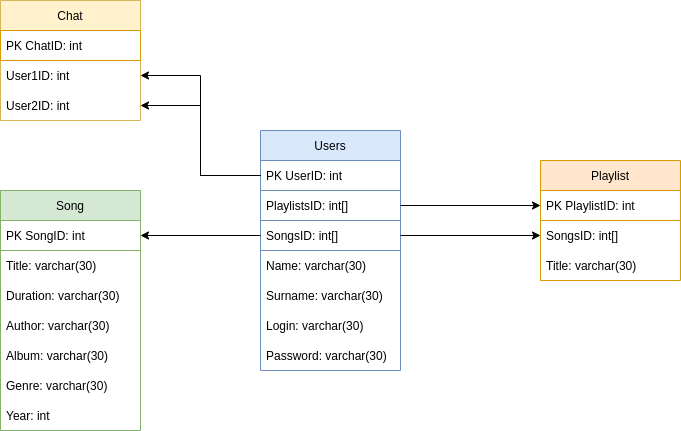
This is DB/schema.png from FRODo-Team/MusicShare-backend, a draw.io export, as it was before one commit. Source tidied: cells renumbered, new cells last; positions are measured from the earlier drawing's top-left corner, leaving out a move shared by most shapes.
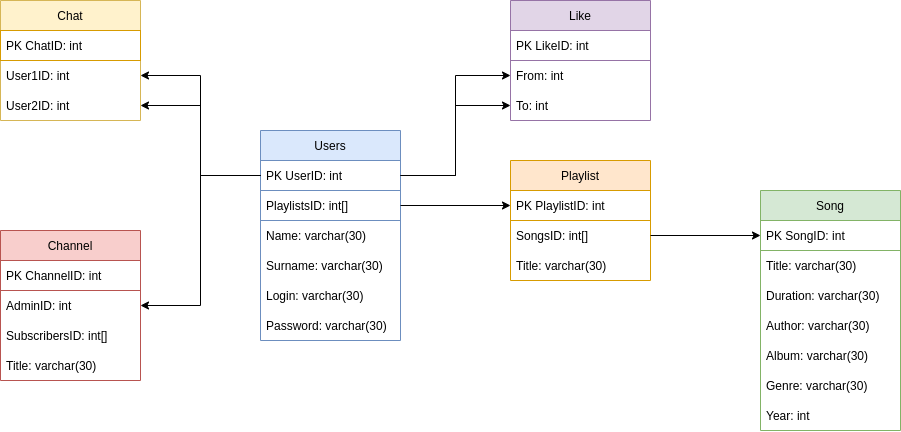
After the commit.

Diff of the diagram source:
```diff
@@ -3,7 +3,7 @@
     <mxCell id="0" />
     <mxCell id="1" parent="0" />
     <mxCell id="2" value="Users" style="swimlane;fontStyle=0;horizontal=1;startSize=30;fillColor=#dae8fc;strokeColor=#6c8ebf;" parent="1" vertex="1">
-      <mxGeometry x="260" y="130" width="140" height="240" as="geometry" />
+      <mxGeometry x="260" y="130" width="140" height="210" as="geometry" />
     </mxCell>
     <mxCell id="3" value="PK UserID: int" style="text;strokeColor=#6c8ebf;fillColor=none;align=left;verticalAlign=middle;spacingLeft=4;spacingRight=4;overflow=hidden;points=[[0,0.5],[1,0.5]];portConstraint=eastwest;" parent="2" vertex="1">
       <mxGeometry y="30" width="140" height="30" as="geometry" />
@@ -11,83 +11,113 @@
     <mxCell id="4" value="PlaylistsID: int[]" style="text;strokeColor=#6c8ebf;fillColor=none;align=left;verticalAlign=middle;spacingLeft=4;spacingRight=4;overflow=hidden;points=[[0,0.5],[1,0.5]];portConstraint=eastwest;" parent="2" vertex="1">
       <mxGeometry y="60" width="140" height="30" as="geometry" />
     </mxCell>
-    <mxCell id="5" value="SongsID: int[]" style="text;strokeColor=#6c8ebf;fillColor=none;align=left;verticalAlign=middle;spacingLeft=4;spacingRight=4;overflow=hidden;points=[[0,0.5],[1,0.5]];portConstraint=eastwest;" parent="2" vertex="1">
+    <mxCell id="5" value="Name: varchar(30)" style="text;strokeColor=none;fillColor=none;align=left;verticalAlign=middle;spacingLeft=4;spacingRight=4;overflow=hidden;points=[[0,0.5],[1,0.5]];portConstraint=eastwest;" parent="2" vertex="1">
       <mxGeometry y="90" width="140" height="30" as="geometry" />
     </mxCell>
-    <mxCell id="6" value="Name: varchar(30)" style="text;strokeColor=none;fillColor=none;align=left;verticalAlign=middle;spacingLeft=4;spacingRight=4;overflow=hidden;" parent="2" vertex="1">
+    <mxCell id="6" value="Surname: varchar(30)" style="text;strokeColor=none;fillColor=none;align=left;verticalAlign=middle;spacingLeft=4;spacingRight=4;overflow=hidden;" parent="2" vertex="1">
       <mxGeometry y="120" width="140" height="30" as="geometry" />
     </mxCell>
-    <mxCell id="7" value="Surname: varchar(30)" style="text;strokeColor=none;fillColor=none;align=left;verticalAlign=middle;spacingLeft=4;spacingRight=4;overflow=hidden;" parent="2" vertex="1">
+    <mxCell id="7" value="Login: varchar(30)" style="text;strokeColor=none;fillColor=none;align=left;verticalAlign=middle;spacingLeft=4;spacingRight=4;overflow=hidden;" parent="2" vertex="1">
       <mxGeometry y="150" width="140" height="30" as="geometry" />
     </mxCell>
-    <mxCell id="8" value="Login: varchar(30)" style="text;strokeColor=none;fillColor=none;align=left;verticalAlign=middle;spacingLeft=4;spacingRight=4;overflow=hidden;" parent="2" vertex="1">
+    <mxCell id="8" value="Password: varchar(30)" style="text;strokeColor=none;fillColor=none;align=left;verticalAlign=middle;spacingLeft=4;spacingRight=4;overflow=hidden;" parent="2" vertex="1">
       <mxGeometry y="180" width="140" height="30" as="geometry" />
     </mxCell>
-    <mxCell id="9" value="Password: varchar(30)" style="text;strokeColor=none;fillColor=none;align=left;verticalAlign=middle;spacingLeft=4;spacingRight=4;overflow=hidden;" parent="2" vertex="1">
-      <mxGeometry y="210" width="140" height="30" as="geometry" />
+    <mxCell id="9" value="Song" style="swimlane;fontStyle=0;horizontal=1;startSize=30;fillColor=#d5e8d4;strokeColor=#82b366;" parent="1" vertex="1">
+      <mxGeometry x="760" y="190" width="140" height="240" as="geometry" />
     </mxCell>
-    <mxCell id="10" value="Song" style="swimlane;fontStyle=0;horizontal=1;startSize=30;fillColor=#d5e8d4;strokeColor=#82b366;" parent="1" vertex="1">
-      <mxGeometry y="190" width="140" height="240" as="geometry" />
+    <mxCell id="10" value="PK SongID: int" style="text;strokeColor=#82b366;fillColor=none;align=left;verticalAlign=middle;spacingLeft=4;spacingRight=4;overflow=hidden;points=[[0,0.5],[1,0.5]];portConstraint=eastwest;" parent="9" vertex="1">
+      <mxGeometry y="30" width="140" height="30" as="geometry" />
     </mxCell>
-    <mxCell id="11" value="PK SongID: int" style="text;strokeColor=#82b366;fillColor=none;align=left;verticalAlign=middle;spacingLeft=4;spacingRight=4;overflow=hidden;points=[[0,0.5],[1,0.5]];portConstraint=eastwest;" parent="10" vertex="1">
-      <mxGeometry y="30" width="140" height="30" as="geometry" />
+    <mxCell id="11" value="Title: varchar(30)" style="text;strokeColor=none;fillColor=none;align=left;verticalAlign=middle;spacingLeft=4;spacingRight=4;overflow=hidden;points=[[0,0.5],[1,0.5]];portConstraint=eastwest;" parent="9" vertex="1">
+      <mxGeometry y="60" width="140" height="30" as="geometry" />
     </mxCell>
-    <mxCell id="12" value="Title: varchar(30)" style="text;strokeColor=none;fillColor=none;align=left;verticalAlign=middle;spacingLeft=4;spacingRight=4;overflow=hidden;" parent="10" vertex="1">
-      <mxGeometry y="60" width="140" height="30" as="geometry" />
+    <mxCell id="12" value="Duration: varchar(30)" style="text;strokeColor=none;fillColor=none;align=left;verticalAlign=middle;spacingLeft=4;spacingRight=4;overflow=hidden;" parent="9" vertex="1">
+      <mxGeometry y="90" width="140" height="30" as="geometry" />
     </mxCell>
-    <mxCell id="13" value="Duration: varchar(30)" style="text;strokeColor=none;fillColor=none;align=left;verticalAlign=middle;spacingLeft=4;spacingRight=4;overflow=hidden;" parent="10" vertex="1">
-      <mxGeometry y="90" width="140" height="30" as="geometry" />
+    <mxCell id="13" value="Author: varchar(30)" style="text;strokeColor=none;fillColor=none;align=left;verticalAlign=middle;spacingLeft=4;spacingRight=4;overflow=hidden;" parent="9" vertex="1">
+      <mxGeometry y="120" width="140" height="30" as="geometry" />
     </mxCell>
-    <mxCell id="14" value="Author: varchar(30)" style="text;strokeColor=none;fillColor=none;align=left;verticalAlign=middle;spacingLeft=4;spacingRight=4;overflow=hidden;" parent="10" vertex="1">
-      <mxGeometry y="120" width="140" height="30" as="geometry" />
+    <mxCell id="14" value="Album: varchar(30)" style="text;strokeColor=none;fillColor=none;align=left;verticalAlign=middle;spacingLeft=4;spacingRight=4;overflow=hidden;" parent="9" vertex="1">
+      <mxGeometry y="150" width="140" height="30" as="geometry" />
     </mxCell>
-    <mxCell id="15" value="Album: varchar(30)" style="text;strokeColor=none;fillColor=none;align=left;verticalAlign=middle;spacingLeft=4;spacingRight=4;overflow=hidden;" parent="10" vertex="1">
-      <mxGeometry y="150" width="140" height="30" as="geometry" />
+    <mxCell id="15" value="Genre: varchar(30)" style="text;strokeColor=none;fillColor=none;align=left;verticalAlign=middle;spacingLeft=4;spacingRight=4;overflow=hidden;" parent="9" vertex="1">
+      <mxGeometry y="180" width="140" height="30" as="geometry" />
     </mxCell>
-    <mxCell id="16" value="Genre: varchar(30)" style="text;strokeColor=none;fillColor=none;align=left;verticalAlign=middle;spacingLeft=4;spacingRight=4;overflow=hidden;" parent="10" vertex="1">
-      <mxGeometry y="180" width="140" height="30" as="geometry" />
+    <mxCell id="16" value="Year: int" style="text;strokeColor=none;fillColor=none;align=left;verticalAlign=middle;spacingLeft=4;spacingRight=4;overflow=hidden;" parent="9" vertex="1">
+      <mxGeometry y="210" width="140" height="30" as="geometry" />
     </mxCell>
-    <mxCell id="17" value="Year: int" style="text;strokeColor=none;fillColor=none;align=left;verticalAlign=middle;spacingLeft=4;spacingRight=4;overflow=hidden;" parent="10" vertex="1">
-      <mxGeometry y="210" width="140" height="30" as="geometry" />
+    <mxCell id="17" value="Playlist" style="swimlane;fontStyle=0;horizontal=1;startSize=30;strokeColor=#d79b00;fillColor=#ffe6cc;" parent="1" vertex="1">
+      <mxGeometry x="510" y="160" width="140" height="120" as="geometry" />
     </mxCell>
-    <mxCell id="18" value="Playlist" style="swimlane;fontStyle=0;horizontal=1;startSize=30;strokeColor=#d79b00;fillColor=#ffe6cc;" parent="1" vertex="1">
-      <mxGeometry x="540" y="160" width="140" height="120" as="geometry" />
+    <mxCell id="18" value="PK PlaylistID: int" style="text;strokeColor=#d79b00;fillColor=none;align=left;verticalAlign=middle;spacingLeft=4;spacingRight=4;overflow=hidden;points=[[0,0.5],[1,0.5]];portConstraint=eastwest;" parent="17" vertex="1">
+      <mxGeometry y="30" width="140" height="30" as="geometry" />
     </mxCell>
-    <mxCell id="19" value="PK PlaylistID: int" style="text;strokeColor=#d79b00;fillColor=none;align=left;verticalAlign=middle;spacingLeft=4;spacingRight=4;overflow=hidden;points=[[0,0.5],[1,0.5]];portConstraint=eastwest;" parent="18" vertex="1">
-      <mxGeometry y="30" width="140" height="30" as="geometry" />
+    <mxCell id="19" value="SongsID: int[]" style="text;strokeColor=none;fillColor=none;align=left;verticalAlign=middle;spacingLeft=4;spacingRight=4;overflow=hidden;points=[[0,0.5],[1,0.5]];portConstraint=eastwest;" parent="17" vertex="1">
+      <mxGeometry y="60" width="140" height="30" as="geometry" />
     </mxCell>
-    <mxCell id="20" value="SongsID: int[]" style="text;strokeColor=none;fillColor=none;align=left;verticalAlign=middle;spacingLeft=4;spacingRight=4;overflow=hidden;points=[[0,0.5],[1,0.5]];portConstraint=eastwest;" parent="18" vertex="1">
-      <mxGeometry y="60" width="140" height="30" as="geometry" />
+    <mxCell id="20" value="Title: varchar(30)" style="text;strokeColor=none;fillColor=none;align=left;verticalAlign=middle;spacingLeft=4;spacingRight=4;overflow=hidden;points=[[0,0.5],[1,0.5]];portConstraint=eastwest;" parent="17" vertex="1">
+      <mxGeometry y="90" width="140" height="30" as="geometry" />
     </mxCell>
-    <mxCell id="21" value="Title: varchar(30)" style="text;strokeColor=none;fillColor=none;align=left;verticalAlign=middle;spacingLeft=4;spacingRight=4;overflow=hidden;" parent="18" vertex="1">
-      <mxGeometry y="90" width="140" height="30" as="geometry" />
+    <mxCell id="21" value="Chat" style="swimlane;fontStyle=0;horizontal=1;startSize=30;strokeColor=#d6b656;fillColor=#fff2cc;" parent="1" vertex="1">
+      <mxGeometry width="140" height="120" as="geometry" />
     </mxCell>
-    <mxCell id="22" style="edgeStyle=orthogonalEdgeStyle;rounded=0;jettySize=auto;html=1;exitX=0;exitY=0.5;exitDx=0;exitDy=0;entryX=1;entryY=0.5;entryDx=0;entryDy=0;" parent="1" edge="1" source="5" target="11">
-      <mxGeometry relative="1" as="geometry" />
+    <mxCell id="22" value="PK ChatID: int" style="text;strokeColor=#d79b00;fillColor=none;align=left;verticalAlign=middle;spacingLeft=4;spacingRight=4;overflow=hidden;" parent="21" vertex="1">
+      <mxGeometry y="30" width="140" height="30" as="geometry" />
     </mxCell>
-    <mxCell id="23" style="edgeStyle=orthogonalEdgeStyle;rounded=0;jettySize=auto;html=1;exitX=1;exitY=0.5;exitDx=0;exitDy=0;entryX=0;entryY=0.5;entryDx=0;entryDy=0;" parent="1" edge="1" source="5" target="20">
-      <mxGeometry relative="1" as="geometry" />
+    <mxCell id="23" value="User1ID: int" style="text;strokeColor=none;fillColor=none;align=left;verticalAlign=middle;spacingLeft=4;spacingRight=4;overflow=hidden;points=[[0,0.5],[1,0.5]];portConstraint=eastwest;" parent="21" vertex="1">
+      <mxGeometry y="60" width="140" height="30" as="geometry" />
     </mxCell>
-    <mxCell id="24" value="Chat" style="swimlane;fontStyle=0;horizontal=1;startSize=30;strokeColor=#d6b656;fillColor=#fff2cc;" parent="1" vertex="1">
-      <mxGeometry width="140" height="120" as="geometry" />
+    <mxCell id="24" value="User2ID: int" style="text;strokeColor=none;fillColor=none;align=left;verticalAlign=middle;spacingLeft=4;spacingRight=4;overflow=hidden;points=[[0,0.5],[1,0.5]];portConstraint=eastwest;" parent="21" vertex="1">
+      <mxGeometry y="90" width="140" height="30" as="geometry" />
     </mxCell>
-    <mxCell id="25" value="PK ChatID: int" style="text;strokeColor=#d79b00;fillColor=none;align=left;verticalAlign=middle;spacingLeft=4;spacingRight=4;overflow=hidden;" parent="24" vertex="1">
-      <mxGeometry y="30" width="140" height="30" as="geometry" />
+    <mxCell id="25" style="edgeStyle=orthogonalEdgeStyle;rounded=0;jettySize=auto;html=1;exitX=1;exitY=0.5;exitDx=0;exitDy=0;" parent="1" edge="1" source="4" target="18">
+      <mxGeometry relative="1" as="geometry" />
     </mxCell>
-    <mxCell id="26" value="User1ID: int" style="text;strokeColor=none;fillColor=none;align=left;verticalAlign=middle;spacingLeft=4;spacingRight=4;overflow=hidden;points=[[0,0.5],[1,0.5]];portConstraint=eastwest;" parent="24" vertex="1">
-      <mxGeometry y="60" width="140" height="30" as="geometry" />
+    <mxCell id="26" style="edgeStyle=orthogonalEdgeStyle;rounded=0;jettySize=auto;html=1;exitX=0;exitY=0.5;exitDx=0;exitDy=0;entryX=1;entryY=0.5;entryDx=0;entryDy=0;" parent="1" edge="1" source="3" target="23">
+      <mxGeometry relative="1" as="geometry" />
     </mxCell>
-    <mxCell id="27" value="User2ID: int" style="text;strokeColor=none;fillColor=none;align=left;verticalAlign=middle;spacingLeft=4;spacingRight=4;overflow=hidden;points=[[0,0.5],[1,0.5]];portConstraint=eastwest;" parent="24" vertex="1">
-      <mxGeometry y="90" width="140" height="30" as="geometry" />
+    <mxCell id="27" style="edgeStyle=orthogonalEdgeStyle;rounded=0;jettySize=auto;html=1;exitX=0;exitY=0.5;exitDx=0;exitDy=0;entryX=1;entryY=0.5;entryDx=0;entryDy=0;" parent="1" edge="1" source="3" target="24">
+      <mxGeometry relative="1" as="geometry" />
     </mxCell>
-    <mxCell id="28" style="edgeStyle=orthogonalEdgeStyle;rounded=0;jettySize=auto;html=1;exitX=1;exitY=0.5;exitDx=0;exitDy=0;" parent="1" edge="1" source="4" target="19">
+    <mxCell id="28" style="edgeStyle=orthogonalEdgeStyle;rounded=0;jettySize=auto;html=1;exitX=1;exitY=0.5;exitDx=0;exitDy=0;entryX=0;entryY=0.5;entryDx=0;entryDy=0;" parent="1" edge="1" source="19" target="10">
       <mxGeometry relative="1" as="geometry" />
     </mxCell>
-    <mxCell id="29" style="edgeStyle=orthogonalEdgeStyle;rounded=0;jettySize=auto;html=1;exitX=0;exitY=0.5;exitDx=0;exitDy=0;entryX=1;entryY=0.5;entryDx=0;entryDy=0;" parent="1" edge="1" source="3" target="26">
-      <mxGeometry relative="1" as="geometry" />
+    <mxCell id="29" value="Channel" style="swimlane;fontStyle=0;horizontal=1;startSize=30;fillColor=#f8cecc;strokeColor=#b85450;" parent="1" vertex="1">
+      <mxGeometry y="230" width="140" height="150" as="geometry" />
     </mxCell>
-    <mxCell id="30" style="edgeStyle=orthogonalEdgeStyle;rounded=0;jettySize=auto;html=1;exitX=0;exitY=0.5;exitDx=0;exitDy=0;entryX=1;entryY=0.5;entryDx=0;entryDy=0;" parent="1" edge="1" source="3" target="27">
-      <mxGeometry relative="1" as="geometry" />
+    <mxCell id="30" value="PK ChannelID: int" style="text;strokeColor=#b85450;fillColor=none;align=left;verticalAlign=middle;spacingLeft=4;spacingRight=4;overflow=hidden;" parent="29" vertex="1">
+      <mxGeometry y="30" width="140" height="30" as="geometry" />
     </mxCell>
+    <mxCell id="31" value="AdminID: int" style="text;strokeColor=none;fillColor=none;align=left;verticalAlign=middle;spacingLeft=4;spacingRight=4;overflow=hidden;points=[[0,0.5],[1,0.5]];portConstraint=eastwest;" parent="29" vertex="1">
+      <mxGeometry y="60" width="140" height="30" as="geometry" />
+    </mxCell>
+    <mxCell id="32" value="SubscribersID: int[]" style="text;strokeColor=none;fillColor=none;align=left;verticalAlign=middle;spacingLeft=4;spacingRight=4;overflow=hidden;" parent="29" vertex="1">
+      <mxGeometry y="90" width="140" height="30" as="geometry" />
+    </mxCell>
+    <mxCell id="33" value="Title: varchar(30)" style="text;strokeColor=none;fillColor=none;align=left;verticalAlign=middle;spacingLeft=4;spacingRight=4;overflow=hidden;" parent="29" vertex="1">
+      <mxGeometry y="120" width="140" height="30" as="geometry" />
+    </mxCell>
+    <mxCell id="34" style="edgeStyle=orthogonalEdgeStyle;rounded=0;jettySize=auto;html=1;exitX=0;exitY=0.5;exitDx=0;exitDy=0;entryX=1;entryY=0.5;entryDx=0;entryDy=0;" parent="1" edge="1" source="3" target="31">
+      <mxGeometry relative="1" as="geometry" />
+    </mxCell>
+    <mxCell id="35" value="Like" style="swimlane;fontStyle=0;horizontal=1;startSize=30;strokeColor=#9673a6;fillColor=#e1d5e7;" parent="1" vertex="1">
+      <mxGeometry x="510" width="140" height="120" as="geometry" />
+    </mxCell>
+    <mxCell id="36" value="PK LikeID: int" style="text;strokeColor=#9673a6;fillColor=none;align=left;verticalAlign=middle;spacingLeft=4;spacingRight=4;overflow=hidden;" parent="35" vertex="1">
+      <mxGeometry y="30" width="140" height="30" as="geometry" />
+    </mxCell>
+    <mxCell id="37" value="From: int" style="text;strokeColor=none;fillColor=none;align=left;verticalAlign=middle;spacingLeft=4;spacingRight=4;overflow=hidden;points=[[0,0.5],[1,0.5]];portConstraint=eastwest;" parent="35" vertex="1">
+      <mxGeometry y="60" width="140" height="30" as="geometry" />
+    </mxCell>
+    <mxCell id="38" value="To: int" style="text;strokeColor=none;fillColor=none;align=left;verticalAlign=middle;spacingLeft=4;spacingRight=4;overflow=hidden;points=[[0,0.5],[1,0.5]];portConstraint=eastwest;" parent="35" vertex="1">
+      <mxGeometry y="90" width="140" height="30" as="geometry" />
+    </mxCell>
+    <mxCell id="39" style="edgeStyle=orthogonalEdgeStyle;rounded=0;jettySize=auto;html=1;exitX=1;exitY=0.5;exitDx=0;exitDy=0;entryX=0;entryY=0.5;entryDx=0;entryDy=0;" parent="1" edge="1" source="3" target="37">
+      <mxGeometry relative="1" as="geometry" />
+    </mxCell>
+    <mxCell id="40" style="edgeStyle=orthogonalEdgeStyle;rounded=0;jettySize=auto;html=1;exitX=1;exitY=0.5;exitDx=0;exitDy=0;" parent="1" edge="1" source="3" target="38">
+      <mxGeometry relative="1" as="geometry" />
+    </mxCell>
   </root>
 </mxGraphModel>
```
